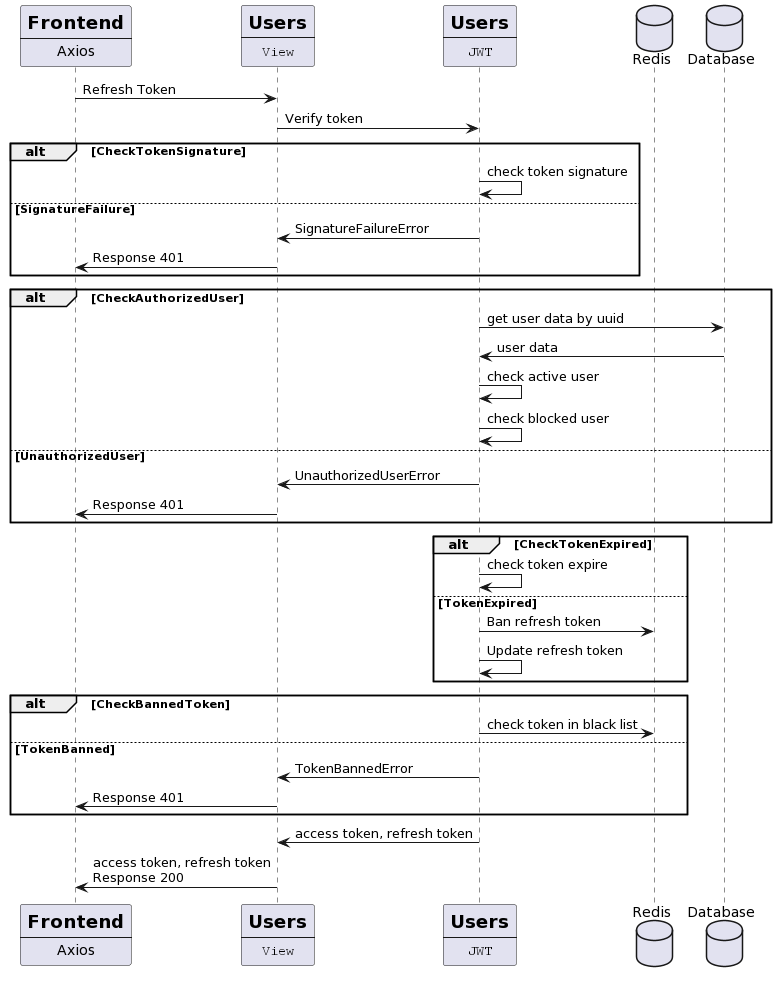
Above: backend/users/docs/img/resfresh_token_diagram.png in DJWOMS/GSpot (PlantUML), before the change. Source of this version:
```plantuml
@startuml
participant frontend [
    =Frontend
    ----
    Axios
]
participant users [
    =Users
    ----
    ""View""
]
participant jwt [
    =Users
    ----
    ""JWT""
]
database Redis as redis
database Database as database
frontend -> users : Refresh Token
users -> jwt : Verify token
     alt CheckTokenSignature
      jwt -> jwt: check token signature
else SignatureFailure
      jwt -> users: SignatureFailureError
      users -> frontend: Response 401
end
alt CheckAuthorizedUser
      jwt -> database: get user data by uuid
      database -> jwt: user data
      jwt -> jwt: check active user
      jwt -> jwt: check blocked user
else UnauthorizedUser
      jwt -> users: UnauthorizedUserError
      users -> frontend: Response 401
end
     alt CheckTokenExpired
       jwt -> jwt: check token expire
else TokenExpired
       jwt-> redis: Ban refresh token
    jwt -> jwt: Update refresh token
end
alt CheckBannedToken
     jwt -> redis: check token in black list
else TokenBanned
     jwt -> users: TokenBannedError
      users -> frontend: Response 401
end
jwt -> users: access token, refresh token
users -> frontend: access token, refresh token\nResponse 200
@enduml
```
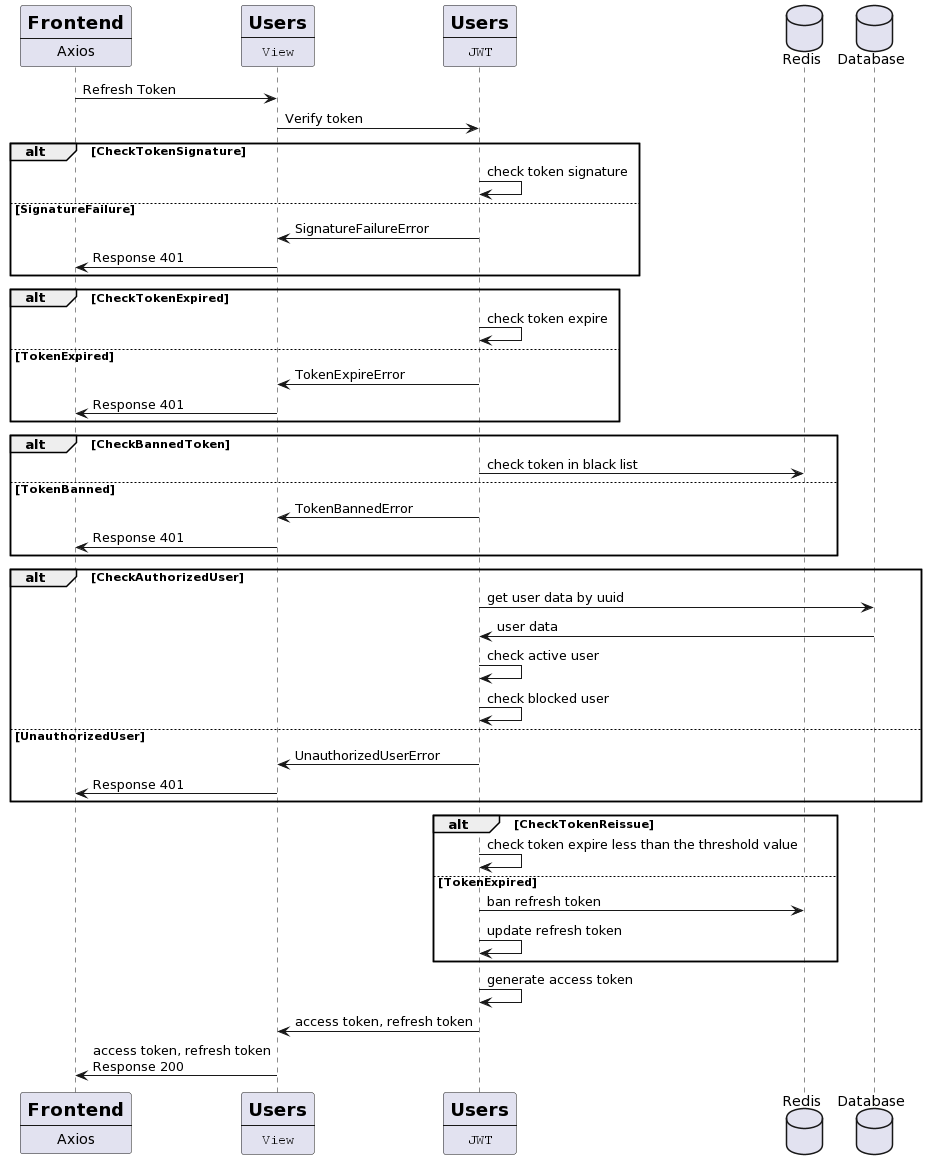
The same file after the commit.

Commit message:
Users | Update refresh token diagram * update refresh token diagram

What changed in the source:
```diff
@@ -24,6 +24,18 @@
       jwt -> users: SignatureFailureError
       users -> frontend: Response 401
 end
+alt CheckTokenExpired
+       jwt -> jwt: check token expire
+else TokenExpired
+    jwt -> users: TokenExpireError
+    users -> frontend: Response 401
+end
+alt CheckBannedToken
+     jwt -> redis: check token in black list
+else TokenBanned
+     jwt -> users: TokenBannedError
+      users -> frontend: Response 401
+end
 alt CheckAuthorizedUser
       jwt -> database: get user data by uuid
       database -> jwt: user data
@@ -33,18 +45,13 @@
       jwt -> users: UnauthorizedUserError
       users -> frontend: Response 401
 end
-     alt CheckTokenExpired
-       jwt -> jwt: check token expire
+alt CheckTokenReissue
+       jwt -> jwt: check token expire less than the threshold value
 else TokenExpired
-       jwt-> redis: Ban refresh token
-    jwt -> jwt: Update refresh token
+       jwt-> redis: ban refresh token
+    jwt -> jwt: update refresh token
 end
-alt CheckBannedToken
-     jwt -> redis: check token in black list
-else TokenBanned
-     jwt -> users: TokenBannedError
-      users -> frontend: Response 401
-end
+jwt -> jwt: generate access token
 jwt -> users: access token, refresh token
 users -> frontend: access token, refresh token\nResponse 200
 @enduml
```
